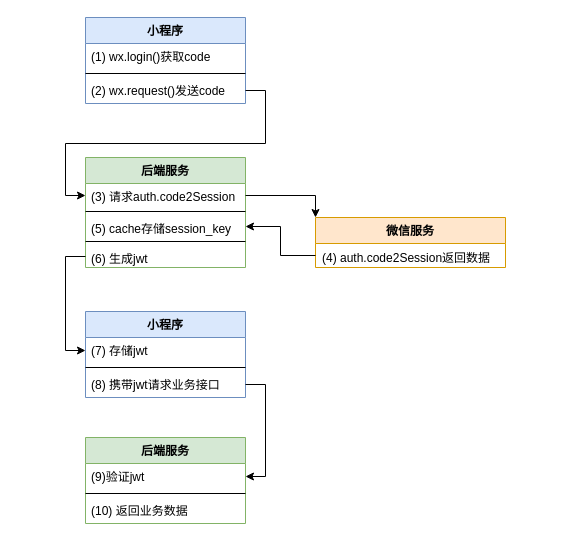
Before: main/Untitled Diagram.drawio in myflvv/draw.io, a draw.io diagram. Source tidied: cells renumbered, new cells numbered last; positions are measured from the earlier drawing's top-left corner, leaving out a move shared by most shapes. Both pictures are drawn from the tidied source at 100%, with x=0, y=0 at pixel (85, 17).
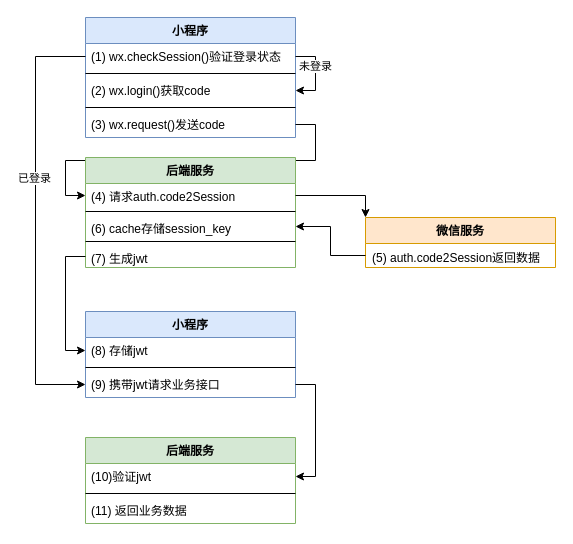
Above is the later version.

Diff of the diagram source:
```diff
@@
     <mxCell id="2" value="小程序" style="swimlane;fontStyle=1;align=center;verticalAlign=top;horizontal=1;startSize=26;fillColor=#dae8fc;strokeColor=#6c8ebf;" parent="1" vertex="1">
-      <mxGeometry width="160" height="86" as="geometry" />
+      <mxGeometry width="210" height="120" as="geometry" />
     </mxCell>
+    <mxCell id="27" style="edgeStyle=orthogonalEdgeStyle;rounded=0;jettySize=auto;html=1;exitX=1;exitY=0.5;exitDx=0;exitDy=0;" parent="2" edge="1" source="3" target="29">
+      <mxGeometry relative="1" as="geometry" />
+    </mxCell>
+    <mxCell id="28" value="未登录" style="edgeLabel;html=1;align=center;verticalAlign=middle;" parent="27" vertex="1">
+      <mxGeometry x="-0.22" y="-1" relative="1" as="geometry" />
+    </mxCell>
-    <mxCell id="3" value="(1) wx.login()获取code" style="text;strokeColor=none;fillColor=none;align=left;verticalAlign=top;spacingLeft=4;spacingRight=4;overflow=hidden;points=[[0,0.5],[1,0.5]];portConstraint=eastwest;fontStyle=0;" parent="2" vertex="1">
-      <mxGeometry y="26" width="160" height="26" as="geometry" />
+    <mxCell id="3" value="(1) wx.checkSession()验证登录状态" style="text;strokeColor=none;fillColor=none;align=left;verticalAlign=top;spacingLeft=4;spacingRight=4;overflow=hidden;points=[[0,0.5],[1,0.5]];portConstraint=eastwest;fontStyle=0;" parent="2" vertex="1">
+      <mxGeometry y="26" width="210" height="26" as="geometry" />
     </mxCell>
     <mxCell id="4" style="line;strokeWidth=1;fillColor=none;align=left;verticalAlign=middle;spacingTop=-1;spacingLeft=3;spacingRight=3;labelPosition=right;" parent="2" vertex="1">
-      <mxGeometry y="52" width="160" height="8" as="geometry" />
+      <mxGeometry y="52" width="210" height="8" as="geometry" />
     </mxCell>
+    <mxCell id="29" value="(2) wx.login()获取code" style="text;strokeColor=none;fillColor=none;align=left;verticalAlign=top;spacingLeft=4;spacingRight=4;overflow=hidden;points=[[0,0.5],[1,0.5]];portConstraint=eastwest;fontStyle=0;" parent="2" vertex="1">
+      <mxGeometry y="60" width="210" height="26" as="geometry" />
+    </mxCell>
+    <mxCell id="30" style="line;strokeWidth=1;fillColor=none;align=left;verticalAlign=middle;spacingTop=-1;spacingLeft=3;spacingRight=3;labelPosition=right;" parent="2" vertex="1">
+      <mxGeometry y="86" width="210" height="8" as="geometry" />
+    </mxCell>
-    <mxCell id="5" value="(2) wx.request()发送code" style="text;strokeColor=none;fillColor=none;align=left;verticalAlign=top;spacingLeft=4;spacingRight=4;overflow=hidden;points=[[0,0.5],[1,0.5]];portConstraint=eastwest;" parent="2" vertex="1">
-      <mxGeometry y="60" width="160" height="26" as="geometry" />
+    <mxCell id="5" value="(3) wx.request()发送code" style="text;strokeColor=none;fillColor=none;align=left;verticalAlign=top;spacingLeft=4;spacingRight=4;overflow=hidden;points=[[0,0.5],[1,0.5]];portConstraint=eastwest;" parent="2" vertex="1">
+      <mxGeometry y="94" width="210" height="26" as="geometry" />
     </mxCell>
@@
     <mxCell id="7" value="后端服务" style="swimlane;fontStyle=1;align=center;verticalAlign=top;horizontal=1;startSize=26;fillColor=#d5e8d4;strokeColor=#82b366;" parent="1" vertex="1">
-      <mxGeometry y="140" width="160" height="110" as="geometry" />
+      <mxGeometry y="140" width="210" height="110" as="geometry" />
     </mxCell>
-    <mxCell id="8" value="(3) 请求auth.code2Session" style="text;strokeColor=none;fillColor=none;align=left;verticalAlign=top;spacingLeft=4;spacingRight=4;overflow=hidden;points=[[0,0.5],[1,0.5]];portConstraint=eastwest;" parent="7" vertex="1">
-      <mxGeometry y="26" width="160" height="24" as="geometry" />
+    <mxCell id="8" value="(4) 请求auth.code2Session" style="text;strokeColor=none;fillColor=none;align=left;verticalAlign=top;spacingLeft=4;spacingRight=4;overflow=hidden;points=[[0,0.5],[1,0.5]];portConstraint=eastwest;" parent="7" vertex="1">
+      <mxGeometry y="26" width="210" height="24" as="geometry" />
     </mxCell>
     <mxCell id="9" style="line;strokeWidth=1;fillColor=none;align=left;verticalAlign=middle;spacingTop=-1;spacingLeft=3;spacingRight=3;labelPosition=right;" parent="7" vertex="1">
-      <mxGeometry y="50" width="160" height="8" as="geometry" />
+      <mxGeometry y="50" width="210" height="8" as="geometry" />
     </mxCell>
-    <mxCell id="10" value="(5) cache存储session_key" style="text;strokeColor=none;fillColor=none;align=left;verticalAlign=top;spacingLeft=4;spacingRight=4;overflow=hidden;points=[[0,0.5],[1,0.5]];portConstraint=eastwest;" parent="7" vertex="1">
-      <mxGeometry y="58" width="160" height="22" as="geometry" />
+    <mxCell id="10" value="(6) cache存储session_key" style="text;strokeColor=none;fillColor=none;align=left;verticalAlign=top;spacingLeft=4;spacingRight=4;overflow=hidden;points=[[0,0.5],[1,0.5]];portConstraint=eastwest;" parent="7" vertex="1">
+      <mxGeometry y="58" width="210" height="22" as="geometry" />
     </mxCell>
     <mxCell id="11" style="line;strokeWidth=1;fillColor=none;align=left;verticalAlign=middle;spacingTop=-1;spacingLeft=3;spacingRight=3;labelPosition=right;" parent="7" vertex="1">
-      <mxGeometry y="80" width="160" height="8" as="geometry" />
+      <mxGeometry y="80" width="210" height="8" as="geometry" />
     </mxCell>
-    <mxCell id="12" value="(6) 生成jwt" style="text;strokeColor=none;fillColor=none;align=left;verticalAlign=top;spacingLeft=4;spacingRight=4;overflow=hidden;points=[[0,0.5],[1,0.5]];portConstraint=eastwest;" parent="7" vertex="1">
-      <mxGeometry y="88" width="160" height="22" as="geometry" />
+    <mxCell id="12" value="(7) 生成jwt" style="text;strokeColor=none;fillColor=none;align=left;verticalAlign=top;spacingLeft=4;spacingRight=4;overflow=hidden;points=[[0,0.5],[1,0.5]];portConstraint=eastwest;" parent="7" vertex="1">
+      <mxGeometry y="88" width="210" height="22" as="geometry" />
     </mxCell>
@@
     <mxCell id="14" value="微信服务" style="swimlane;fontStyle=1;align=center;verticalAlign=top;horizontal=1;startSize=26;fillColor=#ffe6cc;strokeColor=#d79b00;" parent="1" vertex="1">
-      <mxGeometry x="230" y="200" width="190" height="50" as="geometry" />
+      <mxGeometry x="280" y="200" width="190" height="50" as="geometry" />
     </mxCell>
-    <mxCell id="15" value="(4) auth.code2Session返回数据" style="text;strokeColor=none;fillColor=none;align=left;verticalAlign=top;spacingLeft=4;spacingRight=4;overflow=hidden;points=[[0,0.5],[1,0.5]];portConstraint=eastwest;fontSize=12;spacing=3;rounded=0;glass=0;shadow=0;sketch=0;" parent="14" vertex="1">
+    <mxCell id="15" value="(5) auth.code2Session返回数据" style="text;strokeColor=none;fillColor=none;align=left;verticalAlign=top;spacingLeft=4;spacingRight=4;overflow=hidden;points=[[0,0.5],[1,0.5]];portConstraint=eastwest;fontSize=12;spacing=3;rounded=0;glass=0;shadow=0;sketch=0;" parent="14" vertex="1">
       <mxGeometry y="26" width="190" height="24" as="geometry" />
     </mxCell>
@@
     <mxCell id="17" value="小程序" style="swimlane;fontStyle=1;align=center;verticalAlign=top;horizontal=1;startSize=26;rounded=0;shadow=0;glass=0;sketch=0;fontSize=12;strokeColor=#6c8ebf;fillColor=#dae8fc;html=0;" parent="1" vertex="1">
-      <mxGeometry y="294" width="160" height="86" as="geometry" />
+      <mxGeometry y="294" width="210" height="86" as="geometry" />
     </mxCell>
-    <mxCell id="18" value="(7) 存储jwt" style="text;strokeColor=none;fillColor=none;align=left;verticalAlign=top;spacingLeft=4;spacingRight=4;overflow=hidden;points=[[0,0.5],[1,0.5]];portConstraint=eastwest;" parent="17" vertex="1">
-      <mxGeometry y="26" width="160" height="26" as="geometry" />
+    <mxCell id="18" value="(8) 存储jwt" style="text;strokeColor=none;fillColor=none;align=left;verticalAlign=top;spacingLeft=4;spacingRight=4;overflow=hidden;points=[[0,0.5],[1,0.5]];portConstraint=eastwest;" parent="17" vertex="1">
+      <mxGeometry y="26" width="210" height="26" as="geometry" />
     </mxCell>
     <mxCell id="19" style="line;strokeWidth=1;fillColor=none;align=left;verticalAlign=middle;spacingTop=-1;spacingLeft=3;spacingRight=3;labelPosition=right;" parent="17" vertex="1">
-      <mxGeometry y="52" width="160" height="8" as="geometry" />
+      <mxGeometry y="52" width="210" height="8" as="geometry" />
     </mxCell>
-    <mxCell id="20" value="(8) 携带jwt请求业务接口" style="text;strokeColor=none;fillColor=none;align=left;verticalAlign=top;spacingLeft=4;spacingRight=4;overflow=hidden;points=[[0,0.5],[1,0.5]];portConstraint=eastwest;" parent="17" vertex="1">
-      <mxGeometry y="60" width="160" height="26" as="geometry" />
+    <mxCell id="20" value="(9) 携带jwt请求业务接口" style="text;strokeColor=none;fillColor=none;align=left;verticalAlign=top;spacingLeft=4;spacingRight=4;overflow=hidden;points=[[0,0.5],[1,0.5]];portConstraint=eastwest;" parent="17" vertex="1">
+      <mxGeometry y="60" width="210" height="26" as="geometry" />
     </mxCell>
@@
     <mxCell id="22" value="后端服务" style="swimlane;fontStyle=1;align=center;verticalAlign=top;horizontal=1;startSize=26;rounded=0;shadow=0;glass=0;sketch=0;fontSize=12;strokeColor=#82b366;fillColor=#d5e8d4;html=0;" parent="1" vertex="1">
-      <mxGeometry y="420" width="160" height="86" as="geometry" />
+      <mxGeometry y="420" width="210" height="86" as="geometry" />
     </mxCell>
-    <mxCell id="23" value="(9)验证jwt" style="text;strokeColor=none;fillColor=none;align=left;verticalAlign=top;spacingLeft=4;spacingRight=4;overflow=hidden;points=[[0,0.5],[1,0.5]];portConstraint=eastwest;" parent="22" vertex="1">
-      <mxGeometry y="26" width="160" height="26" as="geometry" />
+    <mxCell id="23" value="(10)验证jwt" style="text;strokeColor=none;fillColor=none;align=left;verticalAlign=top;spacingLeft=4;spacingRight=4;overflow=hidden;points=[[0,0.5],[1,0.5]];portConstraint=eastwest;" parent="22" vertex="1">
+      <mxGeometry y="26" width="210" height="26" as="geometry" />
     </mxCell>
     <mxCell id="24" style="line;strokeWidth=1;fillColor=none;align=left;verticalAlign=middle;spacingTop=-1;spacingLeft=3;spacingRight=3;labelPosition=right;" parent="22" vertex="1">
-      <mxGeometry y="52" width="160" height="8" as="geometry" />
+      <mxGeometry y="52" width="210" height="8" as="geometry" />
     </mxCell>
-    <mxCell id="25" value="(10) 返回业务数据" style="text;strokeColor=none;fillColor=none;align=left;verticalAlign=top;spacingLeft=4;spacingRight=4;overflow=hidden;" parent="22" vertex="1">
-      <mxGeometry y="60" width="160" height="26" as="geometry" />
+    <mxCell id="25" value="(11) 返回业务数据" style="text;strokeColor=none;fillColor=none;align=left;verticalAlign=top;spacingLeft=4;spacingRight=4;overflow=hidden;" parent="22" vertex="1">
+      <mxGeometry y="60" width="210" height="26" as="geometry" />
     </mxCell>
@@
+    <mxCell id="31" style="edgeStyle=orthogonalEdgeStyle;rounded=0;jettySize=auto;html=1;exitX=0;exitY=0.5;exitDx=0;exitDy=0;entryX=0;entryY=0.5;entryDx=0;entryDy=0;" parent="1" edge="1" source="3" target="20">
+      <mxGeometry relative="1" as="geometry">
+        <Array as="points">
+          <mxPoint x="-50" y="39" />
+          <mxPoint x="-50" y="367" />
+        </Array>
+      </mxGeometry>
+    </mxCell>
+    <mxCell id="32" value="已登录" style="edgeLabel;html=1;align=center;verticalAlign=middle;" parent="31" vertex="1">
+      <mxGeometry x="-0.2" y="-2" relative="1" as="geometry" />
+    </mxCell>
```
